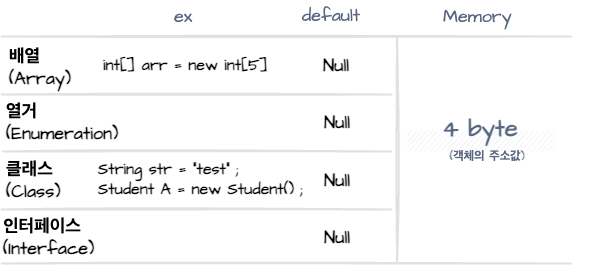
The draw.io diagram reference.png in ryehwa/coding_image, before a commit. Source tidied: cells renumbered, new cells last; positions are measured from the earlier drawing's top-left corner, leaving out a move shared by most shapes. The source it was exported from:
```xml
<mxGraphModel>
  <root>
    <mxCell id="0" />
    <mxCell id="1" parent="0" />
    <mxCell id="2" value="&lt;span style=&quot;font-size: 18px;&quot;&gt;ex&lt;/span&gt;" style="html=1;fillColor=none;strokeColor=none;fontSize=11;align=left;fontColor=#596780;whiteSpace=wrap;sketch=1;hachureGap=4;fontFamily=Architects Daughter;fontSource=https%3A%2F%2Ffonts.googleapis.com%2Fcss%3Ffamily%3DArchitects%2BDaughter;" parent="1" vertex="1">
      <mxGeometry x="170.5" y="1" width="50" height="30" as="geometry" />
    </mxCell>
    <mxCell id="3" style="shape=line;strokeWidth=2;html=1;strokeColor=#DFE1E5;sketch=1;hachureGap=4;fontFamily=Architects Daughter;fontSource=https%3A%2F%2Ffonts.googleapis.com%2Fcss%3Ffamily%3DArchitects%2BDaughter;fontSize=20;" parent="1" vertex="1">
      <mxGeometry y="31" width="570" height="10" as="geometry" />
    </mxCell>
    <mxCell id="4" value="&lt;font style=&quot;font-size: 18px; user-select: auto;&quot;&gt;배열(Array)&lt;/font&gt;" style="html=1;fillColor=none;strokeColor=none;fontSize=12;align=left;fontColor=#000000;whiteSpace=wrap;fontStyle=1;sketch=1;hachureGap=4;fontFamily=Architects Daughter;fontSource=https%3A%2F%2Ffonts.googleapis.com%2Fcss%3Ffamily%3DArchitects%2BDaughter;" parent="1" vertex="1">
      <mxGeometry x="6" y="57" width="83" height="20" as="geometry" />
    </mxCell>
    <mxCell id="5" value="&lt;span style=&quot;user-select: auto;&quot;&gt;&lt;b style=&quot;user-select: auto;&quot;&gt;&lt;span style=&quot;user-select: auto;&quot;&gt;&lt;font style=&quot;font-size: 24px;&quot;&gt;4 byte&lt;/font&gt;&lt;br style=&quot;user-select: auto;&quot;&gt;&lt;span style=&quot;font-size: 18px;&quot;&gt;&amp;nbsp;&amp;nbsp;&lt;/span&gt;&lt;/span&gt;&lt;font style=&quot;font-size: 12px; user-select: auto;&quot;&gt;(객체의 주소값)&lt;/font&gt;&lt;/b&gt;&lt;/span&gt;" style="rounded=1;arcSize=5;fillColor=#F0F2F5;strokeColor=none;fontColor=#596780;align=center;verticalAlign=middle;whiteSpace=wrap;fontSize=10;fontStyle=0;html=1;sketch=1;hachureGap=4;fontFamily=Architects Daughter;fontSource=https%3A%2F%2Ffonts.googleapis.com%2Fcss%3Ffamily%3DArchitects%2BDaughter;" parent="1" vertex="1">
      <mxGeometry x="404" y="130" width="150" height="20" as="geometry" />
    </mxCell>
    <mxCell id="6" value="&lt;span style=&quot;font-size: 18px; user-select: auto;&quot;&gt;default&lt;/span&gt;" style="html=1;fillColor=none;strokeColor=none;fontSize=11;align=left;fontColor=#596780;whiteSpace=wrap;sketch=1;hachureGap=4;fontFamily=Architects Daughter;fontSource=https%3A%2F%2Ffonts.googleapis.com%2Fcss%3Ffamily%3DArchitects%2BDaughter;" parent="1" vertex="1">
      <mxGeometry x="299" width="80" height="30" as="geometry" />
    </mxCell>
    <mxCell id="7" value="&lt;span style=&quot;font-size: 18px; user-select: auto;&quot;&gt;Memory&lt;/span&gt;" style="html=1;fillColor=none;strokeColor=none;fontSize=11;align=left;fontColor=#596780;whiteSpace=wrap;sketch=1;hachureGap=4;fontFamily=Architects Daughter;fontSource=https%3A%2F%2Ffonts.googleapis.com%2Fcss%3Ffamily%3DArchitects%2BDaughter;" parent="1" vertex="1">
      <mxGeometry x="440" y="1" width="170" height="30" as="geometry" />
    </mxCell>
    <mxCell id="8" value="&lt;span style=&quot;font-size: 18px;&quot;&gt;열거(Enumeration)&lt;/span&gt;" style="html=1;fillColor=none;strokeColor=none;fontSize=12;align=left;fontColor=#000000;whiteSpace=wrap;fontStyle=1;sketch=1;hachureGap=4;fontFamily=Architects Daughter;fontSource=https%3A%2F%2Ffonts.googleapis.com%2Fcss%3Ffamily%3DArchitects%2BDaughter;" parent="1" vertex="1">
      <mxGeometry x="3" y="112" width="83" height="20" as="geometry" />
    </mxCell>
    <mxCell id="9" style="shape=line;strokeWidth=2;html=1;strokeColor=#DFE1E5;sketch=1;hachureGap=4;fontFamily=Architects Daughter;fontSource=https%3A%2F%2Ffonts.googleapis.com%2Fcss%3Ffamily%3DArchitects%2BDaughter;fontSize=20;" parent="1" vertex="1">
      <mxGeometry y="89" width="390" height="10" as="geometry" />
    </mxCell>
    <mxCell id="10" value="&lt;span style=&quot;font-size: 18px;&quot;&gt;클래스(Class)&lt;/span&gt;" style="html=1;fillColor=none;strokeColor=none;fontSize=12;align=left;fontColor=#000000;whiteSpace=wrap;fontStyle=1;sketch=1;hachureGap=4;fontFamily=Architects Daughter;fontSource=https%3A%2F%2Ffonts.googleapis.com%2Fcss%3Ffamily%3DArchitects%2BDaughter;" parent="1" vertex="1">
      <mxGeometry x="3" y="170" width="83" height="20" as="geometry" />
    </mxCell>
    <mxCell id="11" value="&lt;span style=&quot;font-size: 18px;&quot;&gt;인터페이스(Interface)&lt;/span&gt;" style="html=1;fillColor=none;strokeColor=none;fontSize=12;align=left;fontColor=#000000;whiteSpace=wrap;fontStyle=1;sketch=1;hachureGap=4;fontFamily=Architects Daughter;fontSource=https%3A%2F%2Ffonts.googleapis.com%2Fcss%3Ffamily%3DArchitects%2BDaughter;" parent="1" vertex="1">
      <mxGeometry y="227" width="83" height="20" as="geometry" />
    </mxCell>
    <mxCell id="12" style="shape=line;strokeWidth=2;html=1;strokeColor=#DFE1E5;sketch=1;hachureGap=4;fontFamily=Architects Daughter;fontSource=https%3A%2F%2Ffonts.googleapis.com%2Fcss%3Ffamily%3DArchitects%2BDaughter;fontSize=20;" parent="1" vertex="1">
      <mxGeometry y="204" width="390" height="10" as="geometry" />
    </mxCell>
    <mxCell id="13" style="shape=line;strokeWidth=2;html=1;strokeColor=#DFE1E5;sketch=1;hachureGap=4;fontFamily=Architects Daughter;fontSource=https%3A%2F%2Ffonts.googleapis.com%2Fcss%3Ffamily%3DArchitects%2BDaughter;fontSize=20;" parent="1" vertex="1">
      <mxGeometry y="258" width="570" height="10" as="geometry" />
    </mxCell>
    <mxCell id="14" value="&lt;span style=&quot;user-select: auto;&quot;&gt;&lt;font style=&quot;user-select: auto; font-size: 16px;&quot;&gt;int[] arr = new int[5]&lt;/font&gt;&lt;/span&gt;" style="html=1;fillColor=none;strokeColor=none;fontSize=12;align=left;fontColor=#000000;whiteSpace=wrap;fontStyle=1;sketch=1;hachureGap=4;fontFamily=Architects Daughter;fontSource=https%3A%2F%2Ffonts.googleapis.com%2Fcss%3Ffamily%3DArchitects%2BDaughter;" parent="1" vertex="1">
      <mxGeometry x="100" y="55" width="206" height="20" as="geometry" />
    </mxCell>
    <mxCell id="15" value="&lt;span style=&quot;font-size: 18px;&quot;&gt;Null&lt;/span&gt;" style="html=1;fillColor=none;strokeColor=none;fontSize=12;align=left;fontColor=#000000;whiteSpace=wrap;fontStyle=1;sketch=1;hachureGap=4;fontFamily=Architects Daughter;fontSource=https%3A%2F%2Ffonts.googleapis.com%2Fcss%3Ffamily%3DArchitects%2BDaughter;" parent="1" vertex="1">
      <mxGeometry x="320" y="55" width="83" height="20" as="geometry" />
    </mxCell>
    <mxCell id="16" style="shape=line;strokeWidth=2;html=1;strokeColor=#DFE1E5;sketch=1;hachureGap=4;fontFamily=Architects Daughter;fontSource=https%3A%2F%2Ffonts.googleapis.com%2Fcss%3Ffamily%3DArchitects%2BDaughter;fontSize=20;" parent="1" vertex="1">
      <mxGeometry x="1" y="146" width="389" height="10" as="geometry" />
    </mxCell>
    <mxCell id="17" value="&lt;span style=&quot;font-size: 18px;&quot;&gt;Null&lt;/span&gt;" style="html=1;fillColor=none;strokeColor=none;fontSize=12;align=left;fontColor=#000000;whiteSpace=wrap;fontStyle=1;sketch=1;hachureGap=4;fontFamily=Architects Daughter;fontSource=https%3A%2F%2Ffonts.googleapis.com%2Fcss%3Ffamily%3DArchitects%2BDaughter;" parent="1" vertex="1">
      <mxGeometry x="321" y="112" width="83" height="20" as="geometry" />
    </mxCell>
    <mxCell id="18" value="&lt;span style=&quot;font-size: 18px;&quot;&gt;Null&lt;/span&gt;" style="html=1;fillColor=none;strokeColor=none;fontSize=12;align=left;fontColor=#000000;whiteSpace=wrap;fontStyle=1;sketch=1;hachureGap=4;fontFamily=Architects Daughter;fontSource=https%3A%2F%2Ffonts.googleapis.com%2Fcss%3Ffamily%3DArchitects%2BDaughter;" parent="1" vertex="1">
      <mxGeometry x="321" y="170" width="83" height="20" as="geometry" />
    </mxCell>
    <mxCell id="19" value="&lt;span style=&quot;font-size: 18px;&quot;&gt;Null&lt;/span&gt;" style="html=1;fillColor=none;strokeColor=none;fontSize=12;align=left;fontColor=#000000;whiteSpace=wrap;fontStyle=1;sketch=1;hachureGap=4;fontFamily=Architects Daughter;fontSource=https%3A%2F%2Ffonts.googleapis.com%2Fcss%3Ffamily%3DArchitects%2BDaughter;" parent="1" vertex="1">
      <mxGeometry x="321" y="227" width="83" height="20" as="geometry" />
    </mxCell>
    <mxCell id="20" style="shape=line;strokeWidth=2;html=1;strokeColor=#DFE1E5;sketch=1;hachureGap=4;fontFamily=Architects Daughter;fontSource=https%3A%2F%2Ffonts.googleapis.com%2Fcss%3Ffamily%3DArchitects%2BDaughter;fontSize=20;rotation=-90;" parent="1" vertex="1">
      <mxGeometry x="282.8" y="145.2" width="225.5" height="10" as="geometry" />
    </mxCell>
    <mxCell id="21" value="&lt;span style=&quot;font-size: 16px; user-select: auto;&quot;&gt;String str = &quot;test&quot; ;&lt;br style=&quot;user-select: auto;&quot;&gt;Student A = new Student() ;&lt;br style=&quot;user-select: auto;&quot;&gt;&lt;/span&gt;" style="html=1;fillColor=none;strokeColor=none;fontSize=12;align=left;fontColor=#000000;whiteSpace=wrap;fontStyle=1;sketch=1;hachureGap=4;fontFamily=Architects Daughter;fontSource=https%3A%2F%2Ffonts.googleapis.com%2Fcss%3Ffamily%3DArchitects%2BDaughter;" parent="1" vertex="1">
      <mxGeometry x="95" y="169" width="230" height="20" as="geometry" />
    </mxCell>
  </root>
</mxGraphModel>
```
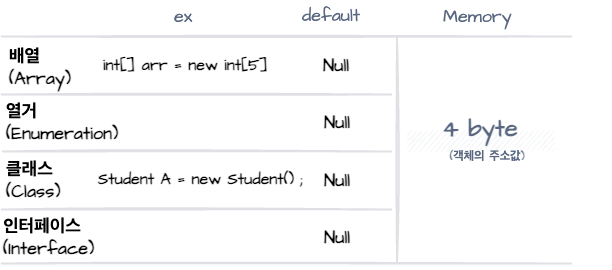
After the commit.

What changed in the source:
```diff
@@ -59,7 +59,7 @@
     <mxCell id="20" style="shape=line;strokeWidth=2;html=1;strokeColor=#DFE1E5;sketch=1;hachureGap=4;fontFamily=Architects Daughter;fontSource=https%3A%2F%2Ffonts.googleapis.com%2Fcss%3Ffamily%3DArchitects%2BDaughter;fontSize=20;rotation=-90;" parent="1" vertex="1">
       <mxGeometry x="282.8" y="145.2" width="225.5" height="10" as="geometry" />
     </mxCell>
-    <mxCell id="21" value="&lt;span style=&quot;font-size: 16px; user-select: auto;&quot;&gt;String str = &quot;test&quot; ;&lt;br style=&quot;user-select: auto;&quot;&gt;Student A = new Student() ;&lt;br style=&quot;user-select: auto;&quot;&gt;&lt;/span&gt;" style="html=1;fillColor=none;strokeColor=none;fontSize=12;align=left;fontColor=#000000;whiteSpace=wrap;fontStyle=1;sketch=1;hachureGap=4;fontFamily=Architects Daughter;fontSource=https%3A%2F%2Ffonts.googleapis.com%2Fcss%3Ffamily%3DArchitects%2BDaughter;" parent="1" vertex="1">
+    <mxCell id="21" value="&lt;span style=&quot;font-size: 16px; user-select: auto;&quot;&gt;Student A = new Student() ;&lt;br style=&quot;user-select: auto;&quot;&gt;&lt;/span&gt;" style="html=1;fillColor=none;strokeColor=none;fontSize=12;align=left;fontColor=#000000;whiteSpace=wrap;fontStyle=1;sketch=1;hachureGap=4;fontFamily=Architects Daughter;fontSource=https%3A%2F%2Ffonts.googleapis.com%2Fcss%3Ffamily%3DArchitects%2BDaughter;" parent="1" vertex="1">
       <mxGeometry x="95" y="169" width="230" height="20" as="geometry" />
     </mxCell>
   </root>
```
